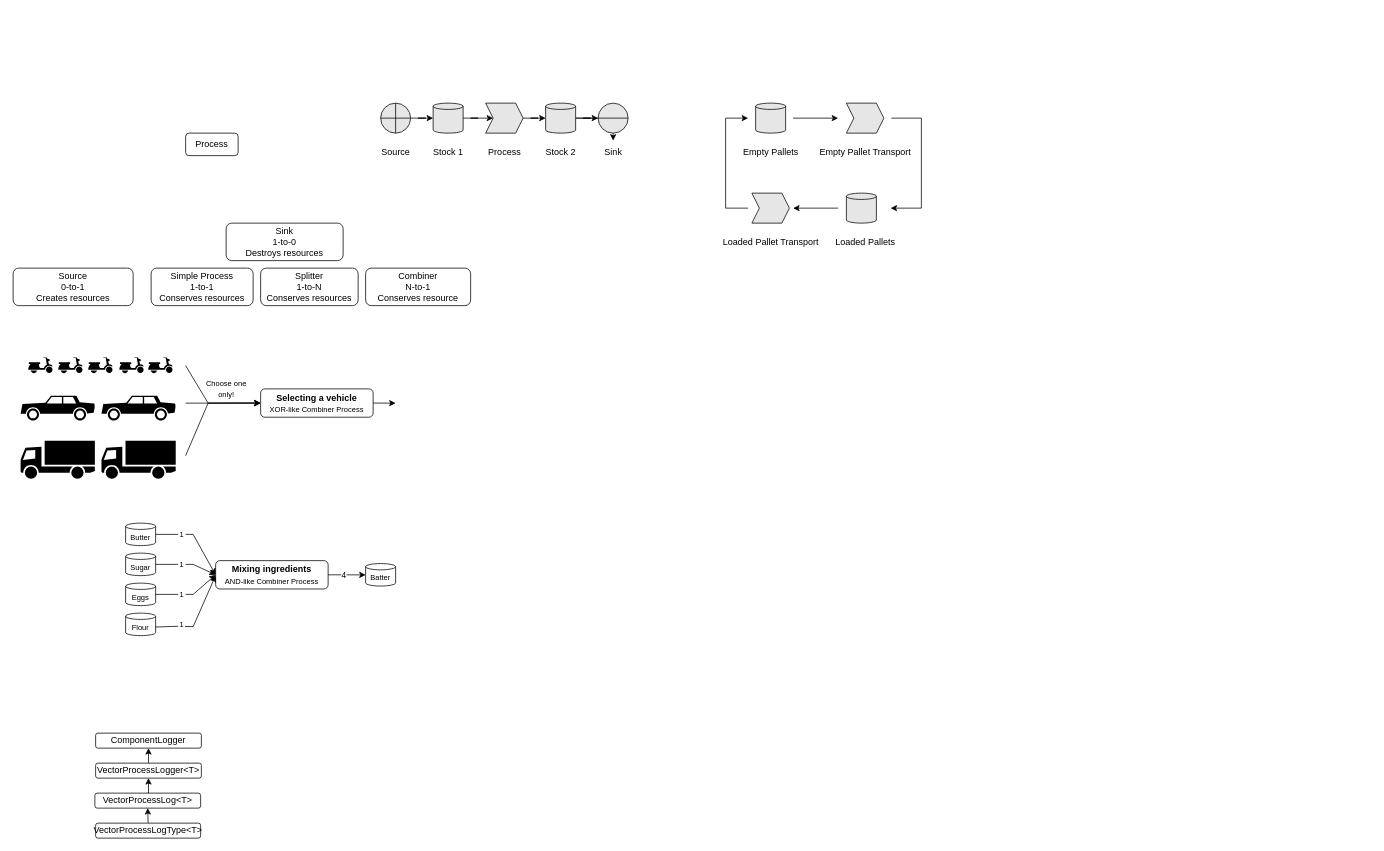
Before: docs/images/Splitters and Combiners.drawio in jajetloh/quokkasim-book, a draw.io diagram. Source tidied: cells renumbered, new cells numbered last; positions are measured from the earlier drawing's top-left corner, leaving out a move shared by most shapes. Both pictures are drawn from the tidied source at 75%, with x=0, y=0 at pixel (13, 103).
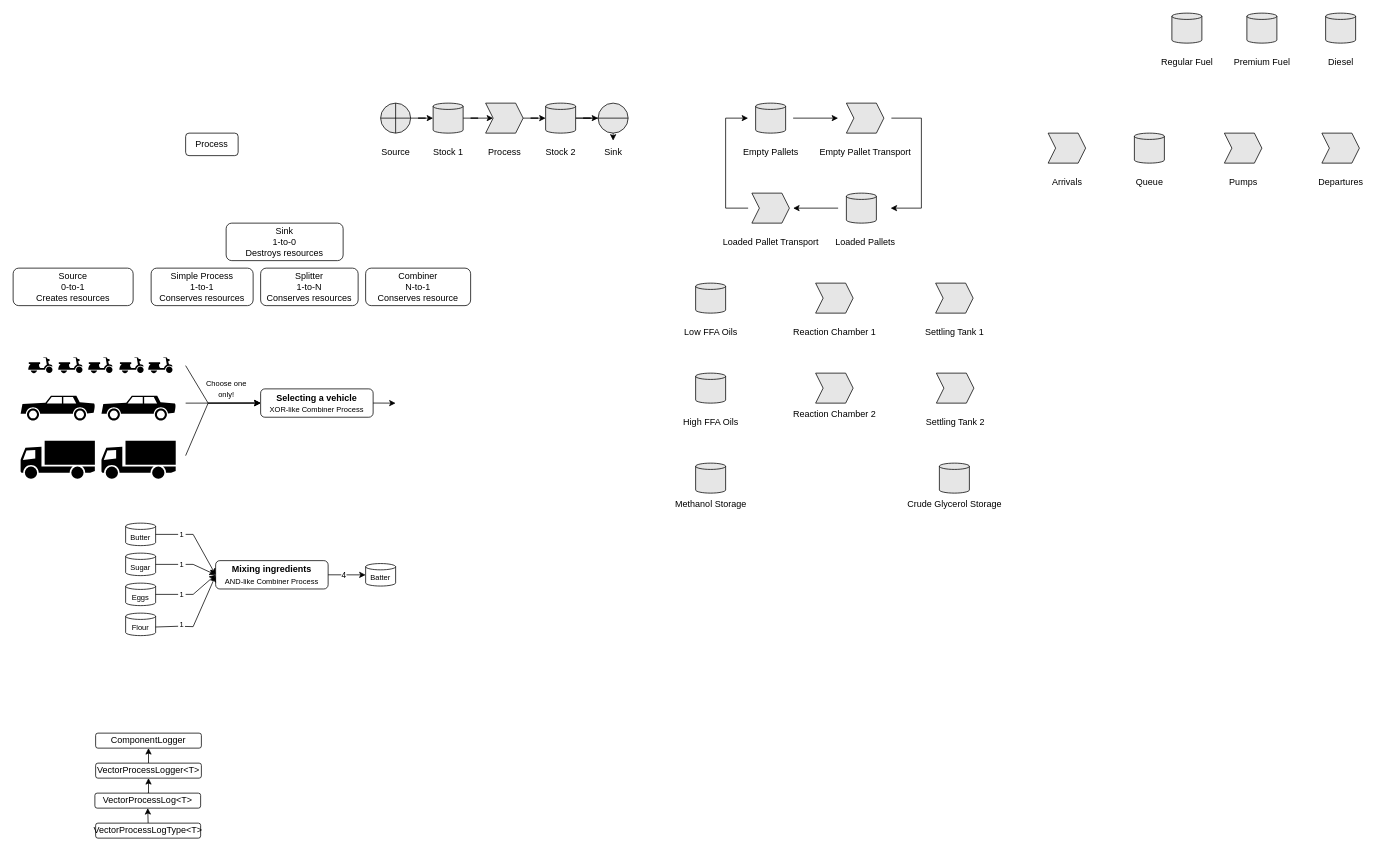
Above is the later version.

Diff of the diagram source:
```diff
@@
+    <mxCell id="78" style="shape=cylinder3;whiteSpace=wrap;html=1;boundedLbl=1;backgroundOutline=1;size=4.199999999999932;fillColor=#E6E6E6;" parent="1" vertex="1">
+      <mxGeometry x="910" y="240" width="40" height="40" as="geometry" />
+    </mxCell>
+    <mxCell id="79" style="shape=cylinder3;whiteSpace=wrap;html=1;boundedLbl=1;backgroundOutline=1;size=4.199999999999932;fillColor=#E6E6E6;" parent="1" vertex="1">
+      <mxGeometry x="910" y="360" width="40" height="40" as="geometry" />
+    </mxCell>
+    <mxCell id="80" value="High FFA Oils" style="text;html=1;align=center;verticalAlign=middle;strokeColor=none;fillColor=none;" parent="1" vertex="1">
+      <mxGeometry x="880" y="409.9" width="100" height="30" as="geometry" />
+    </mxCell>
+    <mxCell id="81" value="Low FFA Oils" style="text;html=1;align=center;verticalAlign=middle;strokeColor=none;fillColor=none;" parent="1" vertex="1">
+      <mxGeometry x="885" y="290" width="90" height="30" as="geometry" />
+    </mxCell>
+    <mxCell id="82" style="shape=step;perimeter=stepPerimeter;whiteSpace=wrap;html=1;fixedSize=1;size=10;fillColor=#E6E6E6;" parent="1" vertex="1">
+      <mxGeometry x="1070" y="240" width="50" height="40" as="geometry" />
+    </mxCell>
+    <mxCell id="83" value="Reaction Chamber 1" style="text;html=1;align=center;verticalAlign=middle;strokeColor=none;fillColor=none;" parent="1" vertex="1">
+      <mxGeometry x="1030" y="290" width="130" height="30" as="geometry" />
+    </mxCell>
+    <mxCell id="84" style="shape=cylinder3;whiteSpace=wrap;html=1;boundedLbl=1;backgroundOutline=1;size=4.199999999999932;fillColor=#E6E6E6;" parent="1" vertex="1">
+      <mxGeometry x="910" y="480" width="40" height="40" as="geometry" />
+    </mxCell>
+    <mxCell id="85" value="Methanol Storage" style="text;html=1;align=center;verticalAlign=middle;strokeColor=none;fillColor=none;" parent="1" vertex="1">
+      <mxGeometry x="870" y="520" width="120" height="30" as="geometry" />
+    </mxCell>
+    <mxCell id="86" value="Reaction Chamber 2" style="text;html=1;align=center;verticalAlign=middle;strokeColor=none;fillColor=none;" parent="1" vertex="1">
+      <mxGeometry x="1030" y="400" width="130" height="30" as="geometry" />
+    </mxCell>
+    <mxCell id="87" style="shape=step;perimeter=stepPerimeter;whiteSpace=wrap;html=1;fixedSize=1;size=10;fillColor=#E6E6E6;" parent="1" vertex="1">
+      <mxGeometry x="1070" y="360" width="50" height="40" as="geometry" />
+    </mxCell>
+    <mxCell id="88" style="shape=step;perimeter=stepPerimeter;whiteSpace=wrap;html=1;fixedSize=1;size=10;fillColor=#E6E6E6;" parent="1" vertex="1">
+      <mxGeometry x="1230" y="240" width="50" height="40" as="geometry" />
+    </mxCell>
+    <mxCell id="89" value="Settling Tank 1" style="text;html=1;align=center;verticalAlign=middle;strokeColor=none;fillColor=none;" parent="1" vertex="1">
+      <mxGeometry x="1205" y="290" width="100" height="30" as="geometry" />
+    </mxCell>
+    <mxCell id="90" style="shape=step;perimeter=stepPerimeter;whiteSpace=wrap;html=1;fixedSize=1;size=10;fillColor=#E6E6E6;" parent="1" vertex="1">
+      <mxGeometry x="1231" y="360" width="50" height="40" as="geometry" />
+    </mxCell>
+    <mxCell id="91" value="Settling Tank 2" style="text;html=1;align=center;verticalAlign=middle;strokeColor=none;fillColor=none;" parent="1" vertex="1">
+      <mxGeometry x="1206" y="410" width="100" height="30" as="geometry" />
+    </mxCell>
+    <mxCell id="92" style="shape=cylinder3;whiteSpace=wrap;html=1;boundedLbl=1;backgroundOutline=1;size=4.199999999999932;fillColor=#E6E6E6;" parent="1" vertex="1">
+      <mxGeometry x="1235" y="480" width="40" height="40" as="geometry" />
+    </mxCell>
+    <mxCell id="93" value="Crude Glycerol Storage" style="text;html=1;align=center;verticalAlign=middle;strokeColor=none;fillColor=none;" parent="1" vertex="1">
+      <mxGeometry x="1180" y="520" width="150" height="30" as="geometry" />
+    </mxCell>
+    <mxCell id="94" style="shape=step;perimeter=stepPerimeter;whiteSpace=wrap;html=1;fixedSize=1;size=10;fillColor=#E6E6E6;" parent="1" vertex="1">
+      <mxGeometry x="1380" y="40" width="50" height="40" as="geometry" />
+    </mxCell>
+    <mxCell id="95" value="Arrivals" style="text;html=1;align=center;verticalAlign=middle;strokeColor=none;fillColor=none;" parent="1" vertex="1">
+      <mxGeometry x="1375" y="90" width="60" height="30" as="geometry" />
+    </mxCell>
+    <mxCell id="96" style="shape=cylinder3;whiteSpace=wrap;html=1;boundedLbl=1;backgroundOutline=1;size=4.199999999999932;fillColor=#E6E6E6;" parent="1" vertex="1">
+      <mxGeometry x="1495" y="40" width="40" height="40" as="geometry" />
+    </mxCell>
+    <mxCell id="97" value="Queue" style="text;html=1;align=center;verticalAlign=middle;strokeColor=none;fillColor=none;" parent="1" vertex="1">
+      <mxGeometry x="1485" y="90" width="60" height="30" as="geometry" />
+    </mxCell>
+    <mxCell id="98" style="shape=step;perimeter=stepPerimeter;whiteSpace=wrap;html=1;fixedSize=1;size=10;fillColor=#E6E6E6;" parent="1" vertex="1">
+      <mxGeometry x="1615" y="40" width="50" height="40" as="geometry" />
+    </mxCell>
+    <mxCell id="99" value="Pumps" style="text;html=1;align=center;verticalAlign=middle;strokeColor=none;fillColor=none;" parent="1" vertex="1">
+      <mxGeometry x="1610" y="90" width="60" height="30" as="geometry" />
+    </mxCell>
+    <mxCell id="100" style="shape=step;perimeter=stepPerimeter;whiteSpace=wrap;html=1;fixedSize=1;size=10;fillColor=#E6E6E6;" parent="1" vertex="1">
+      <mxGeometry x="1745" y="40" width="50" height="40" as="geometry" />
+    </mxCell>
+    <mxCell id="101" value="Departures" style="text;html=1;align=center;verticalAlign=middle;strokeColor=none;fillColor=none;" parent="1" vertex="1">
+      <mxGeometry x="1730" y="90" width="80" height="30" as="geometry" />
+    </mxCell>
+    <mxCell id="102" style="shape=cylinder3;whiteSpace=wrap;html=1;boundedLbl=1;backgroundOutline=1;size=4.199999999999932;fillColor=#E6E6E6;" parent="1" vertex="1">
+      <mxGeometry x="1545" y="-120" width="40" height="40" as="geometry" />
+    </mxCell>
+    <mxCell id="103" value="Regular Fuel" style="text;html=1;align=center;verticalAlign=middle;strokeColor=none;fillColor=none;" parent="1" vertex="1">
+      <mxGeometry x="1520" y="-70" width="90" height="30" as="geometry" />
+    </mxCell>
+    <mxCell id="104" style="shape=cylinder3;whiteSpace=wrap;html=1;boundedLbl=1;backgroundOutline=1;size=4.199999999999932;fillColor=#E6E6E6;" parent="1" vertex="1">
+      <mxGeometry x="1645" y="-120" width="40" height="40" as="geometry" />
+    </mxCell>
+    <mxCell id="105" value="Premium Fuel" style="text;html=1;align=center;verticalAlign=middle;strokeColor=none;fillColor=none;" parent="1" vertex="1">
+      <mxGeometry x="1615" y="-70" width="100" height="30" as="geometry" />
+    </mxCell>
+    <mxCell id="106" style="shape=cylinder3;whiteSpace=wrap;html=1;boundedLbl=1;backgroundOutline=1;size=4.199999999999932;fillColor=#E6E6E6;" parent="1" vertex="1">
+      <mxGeometry x="1750" y="-120" width="40" height="40" as="geometry" />
+    </mxCell>
+    <mxCell id="107" value="Diesel" style="text;html=1;align=center;verticalAlign=middle;strokeColor=none;fillColor=none;" parent="1" vertex="1">
+      <mxGeometry x="1740" y="-70" width="60" height="30" as="geometry" />
+    </mxCell>
```
